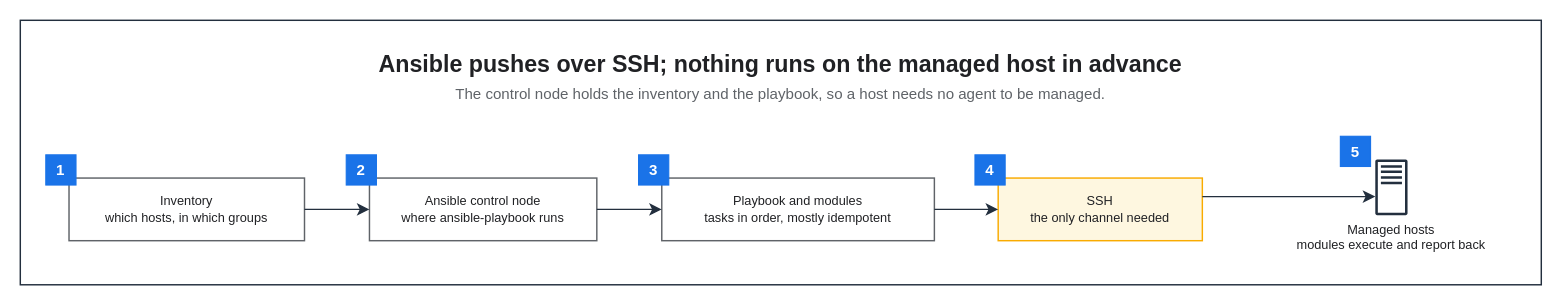
The draw.io diagram assets/img/iac/ansible-control-flow.drawio in KKamJi98/kkamji98.github.io, before the edit. Source tidied: cells renumbered, new cells numbered last; positions are measured from the earlier drawing's top-left corner, leaving out a move shared by most shapes. Both pictures are drawn from the tidied source at 116%, with x=0, y=0 at pixel (20, 20).
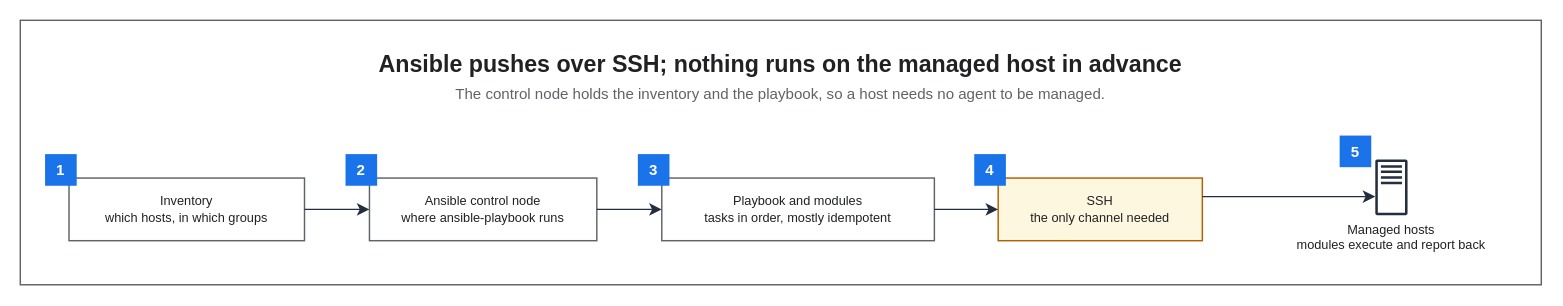
Above is the later version.

Change to the diagram source:
```diff
@@
 <mxGraphModel background="#FFFFFF">
   <root>
     <mxCell id="0" />
     <mxCell id="1" parent="0" />
-    <mxCell id="2" style="rounded=0;html=0;fillColor=none;strokeColor=#232F3E;fontColor=#202124;strokeWidth=1.25;" parent="1" vertex="1">
+    <mxCell id="2" style="rounded=0;html=0;fillColor=none;strokeColor=#5F6368;fontColor=#202124;strokeWidth=1.25;" parent="1" vertex="1">
       <mxGeometry width="1311.2" height="228" as="geometry" />
     </mxCell>
     <mxCell id="3" value="Ansible pushes over SSH; nothing runs on the managed host in advance" style="text;html=0;whiteSpace=wrap;fillColor=none;strokeColor=none;fontColor=#202124;fontSize=20;fontStyle=1;align=center;verticalAlign=middle;" parent="1" vertex="1">
       <mxGeometry x="22" y="22" width="1267.2" height="30" as="geometry" />
     </mxCell>
     <mxCell id="4" value="The control node holds the inventory and the playbook, so a host needs no agent to be managed." style="text;html=0;whiteSpace=wrap;fillColor=none;strokeColor=none;fontColor=#5F6368;fontSize=13;fontStyle=0;align=center;verticalAlign=middle;" parent="1" vertex="1">
       <mxGeometry x="22" y="52" width="1267.2" height="22" as="geometry" />
     </mxCell>
     <mxCell id="5" value="Inventory&#10;which hosts, in which groups" style="rounded=0;whiteSpace=wrap;html=0;fillColor=#FFFFFF;strokeColor=#5F6368;fontColor=#202124;fontSize=11;fontStyle=0;align=center;verticalAlign=middle;spacingLeft=6;spacingRight=6;strokeWidth=1.25;" parent="1" vertex="1">
       <mxGeometry x="42" y="136" width="203" height="54" as="geometry" />
     </mxCell>
     <mxCell id="6" value="Ansible control node&#10;where ansible-playbook runs" style="rounded=0;whiteSpace=wrap;html=0;fillColor=#FFFFFF;strokeColor=#5F6368;fontColor=#202124;fontSize=11;fontStyle=0;align=center;verticalAlign=middle;spacingLeft=6;spacingRight=6;strokeWidth=1.25;" parent="1" vertex="1">
       <mxGeometry x="301" y="136" width="196" height="54" as="geometry" />
     </mxCell>
     <mxCell id="7" value="Playbook and modules&#10;tasks in order, mostly idempotent" style="rounded=0;whiteSpace=wrap;html=0;fillColor=#FFFFFF;strokeColor=#5F6368;fontColor=#202124;fontSize=11;fontStyle=0;align=center;verticalAlign=middle;spacingLeft=6;spacingRight=6;strokeWidth=1.25;" parent="1" vertex="1">
       <mxGeometry x="553" y="136" width="235" height="54" as="geometry" />
     </mxCell>
-    <mxCell id="8" value="SSH&#10;the only channel needed" style="rounded=0;whiteSpace=wrap;html=0;fillColor=#FEF7E0;strokeColor=#F9AB00;fontColor=#202124;fontSize=11;fontStyle=0;align=center;verticalAlign=middle;spacingLeft=6;spacingRight=6;strokeWidth=1.25;" parent="1" vertex="1">
+    <mxCell id="8" value="SSH&#10;the only channel needed" style="rounded=0;whiteSpace=wrap;html=0;fillColor=#FEF7E0;strokeColor=#B06000;fontColor=#202124;fontSize=11;fontStyle=0;align=center;verticalAlign=middle;spacingLeft=6;spacingRight=6;strokeWidth=1.25;" parent="1" vertex="1">
       <mxGeometry x="843" y="136" width="176" height="54" as="geometry" />
     </mxCell>
     <mxCell id="9" value="Managed hosts&#10;modules execute and report back" style="sketch=0;outlineConnect=0;gradientColor=none;html=0;whiteSpace=nowrap;fontSize=11;fontStyle=0;fontColor=#202124;verticalLabelPosition=bottom;verticalAlign=top;align=center;labelBackgroundColor=none;fillColor=#232F3E;strokeColor=none;dashed=0;shape=mxgraph.aws4.traditional_server;" parent="1" vertex="1">
       <mxGeometry x="1158" y="120" width="48" height="48" as="geometry" />
     </mxCell>
-    <mxCell id="10" value="1" style="rounded=0;whiteSpace=wrap;html=0;fillColor=#1A73E8;strokeColor=#1A73E8;fontColor=#FFFFFF;fontSize=13;fontStyle=1;align=center;verticalAlign=middle;" parent="1" vertex="1">
+    <mxCell id="10" value="1" style="rounded=0;whiteSpace=wrap;html=0;fillColor=#1A73E8;strokeColor=#1A73E8;fontColor=#FFFFFF;fontSize=13;fontStyle=1;align=center;verticalAlign=middle;strokeWidth=1.25;" parent="1" vertex="1">
       <mxGeometry x="22" y="116" width="26" height="26" as="geometry" />
     </mxCell>
-    <mxCell id="11" value="2" style="rounded=0;whiteSpace=wrap;html=0;fillColor=#1A73E8;strokeColor=#1A73E8;fontColor=#FFFFFF;fontSize=13;fontStyle=1;align=center;verticalAlign=middle;" parent="1" vertex="1">
+    <mxCell id="11" value="2" style="rounded=0;whiteSpace=wrap;html=0;fillColor=#1A73E8;strokeColor=#1A73E8;fontColor=#FFFFFF;fontSize=13;fontStyle=1;align=center;verticalAlign=middle;strokeWidth=1.25;" parent="1" vertex="1">
       <mxGeometry x="281" y="116" width="26" height="26" as="geometry" />
     </mxCell>
-    <mxCell id="12" value="3" style="rounded=0;whiteSpace=wrap;html=0;fillColor=#1A73E8;strokeColor=#1A73E8;fontColor=#FFFFFF;fontSize=13;fontStyle=1;align=center;verticalAlign=middle;" parent="1" vertex="1">
+    <mxCell id="12" value="3" style="rounded=0;whiteSpace=wrap;html=0;fillColor=#1A73E8;strokeColor=#1A73E8;fontColor=#FFFFFF;fontSize=13;fontStyle=1;align=center;verticalAlign=middle;strokeWidth=1.25;" parent="1" vertex="1">
       <mxGeometry x="533" y="116" width="26" height="26" as="geometry" />
     </mxCell>
-    <mxCell id="13" value="4" style="rounded=0;whiteSpace=wrap;html=0;fillColor=#1A73E8;strokeColor=#1A73E8;fontColor=#FFFFFF;fontSize=13;fontStyle=1;align=center;verticalAlign=middle;" parent="1" vertex="1">
+    <mxCell id="13" value="4" style="rounded=0;whiteSpace=wrap;html=0;fillColor=#1A73E8;strokeColor=#1A73E8;fontColor=#FFFFFF;fontSize=13;fontStyle=1;align=center;verticalAlign=middle;strokeWidth=1.25;" parent="1" vertex="1">
       <mxGeometry x="823" y="116" width="26" height="26" as="geometry" />
     </mxCell>
-    <mxCell id="14" value="5" style="rounded=0;whiteSpace=wrap;html=0;fillColor=#1A73E8;strokeColor=#1A73E8;fontColor=#FFFFFF;fontSize=13;fontStyle=1;align=center;verticalAlign=middle;" parent="1" vertex="1">
+    <mxCell id="14" value="5" style="rounded=0;whiteSpace=wrap;html=0;fillColor=#1A73E8;strokeColor=#1A73E8;fontColor=#FFFFFF;fontSize=13;fontStyle=1;align=center;verticalAlign=middle;strokeWidth=1.25;" parent="1" vertex="1">
       <mxGeometry x="1138" y="100" width="26" height="26" as="geometry" />
     </mxCell>
     <mxCell id="15" style="edgeStyle=orthogonalEdgeStyle;rounded=0;html=0;strokeColor=#232F3E;strokeWidth=1.25;endArrow=classic;endFill=1;endSize=7;fontSize=11;fontColor=#202124;labelBackgroundColor=none;jettySize=14;exitX=1;exitY=0.5;entryX=0;entryY=0.5;exitDx=0;exitDy=0;entryDx=0;entryDy=0;" parent="1" edge="1" source="5" target="6">
       <mxGeometry relative="1" as="geometry" />
     </mxCell>
     <mxCell id="16" style="edgeStyle=orthogonalEdgeStyle;rounded=0;html=0;strokeColor=#232F3E;strokeWidth=1.25;endArrow=classic;endFill=1;endSize=7;fontSize=11;fontColor=#202124;labelBackgroundColor=none;jettySize=14;exitX=1;exitY=0.5;entryX=0;entryY=0.5;exitDx=0;exitDy=0;entryDx=0;entryDy=0;" parent="1" edge="1" source="6" target="7">
       <mxGeometry relative="1" as="geometry" />
     </mxCell>
     <mxCell id="17" style="edgeStyle=orthogonalEdgeStyle;rounded=0;html=0;strokeColor=#232F3E;strokeWidth=1.25;endArrow=classic;endFill=1;endSize=7;fontSize=11;fontColor=#202124;labelBackgroundColor=none;jettySize=14;exitX=1;exitY=0.5;entryX=0;entryY=0.5;exitDx=0;exitDy=0;entryDx=0;entryDy=0;" parent="1" edge="1" source="7" target="8">
       <mxGeometry relative="1" as="geometry" />
     </mxCell>
     <mxCell id="18" style="edgeStyle=orthogonalEdgeStyle;rounded=0;html=0;strokeColor=#232F3E;strokeWidth=1.25;endArrow=classic;endFill=1;endSize=7;fontSize=11;fontColor=#202124;labelBackgroundColor=none;jettySize=14;exitX=1;exitY=0.2963;entryX=0;entryY=0.6667;exitDx=0;exitDy=0;entryDx=0;entryDy=0;" parent="1" edge="1" source="8" target="9">
       <mxGeometry relative="1" as="geometry" />
     </mxCell>
   </root>
 </mxGraphModel>
```
